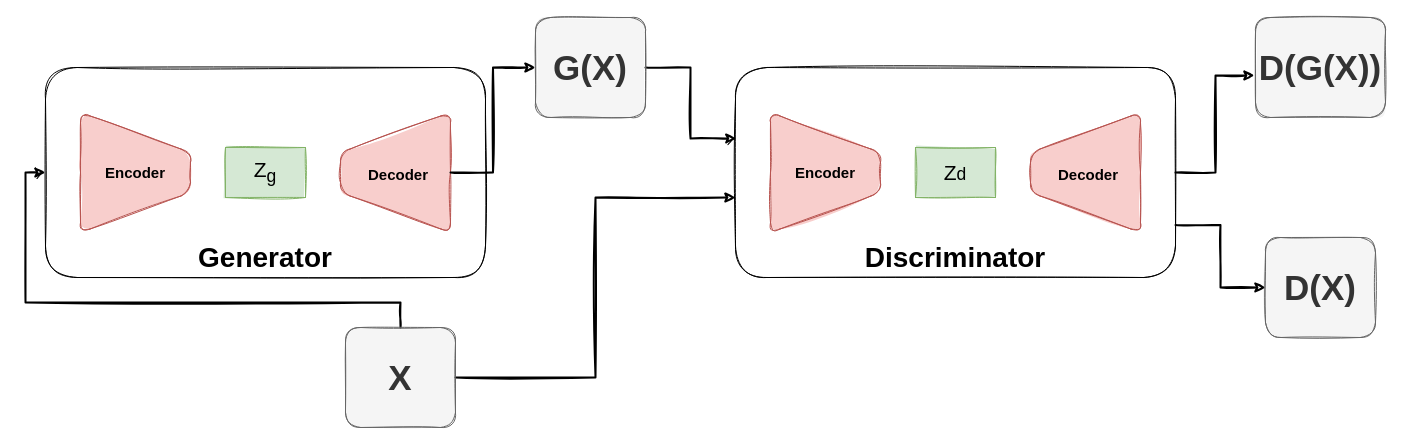
Before: pictures/test.drawio in Pumpkin9841/pictures, a draw.io diagram. Source tidied: cells renumbered, new cells numbered last; positions are measured from the earlier drawing's top-left corner, leaving out a move shared by most shapes. Both pictures are drawn from the tidied source at 100%, with x=0, y=0 at pixel (45, 17).
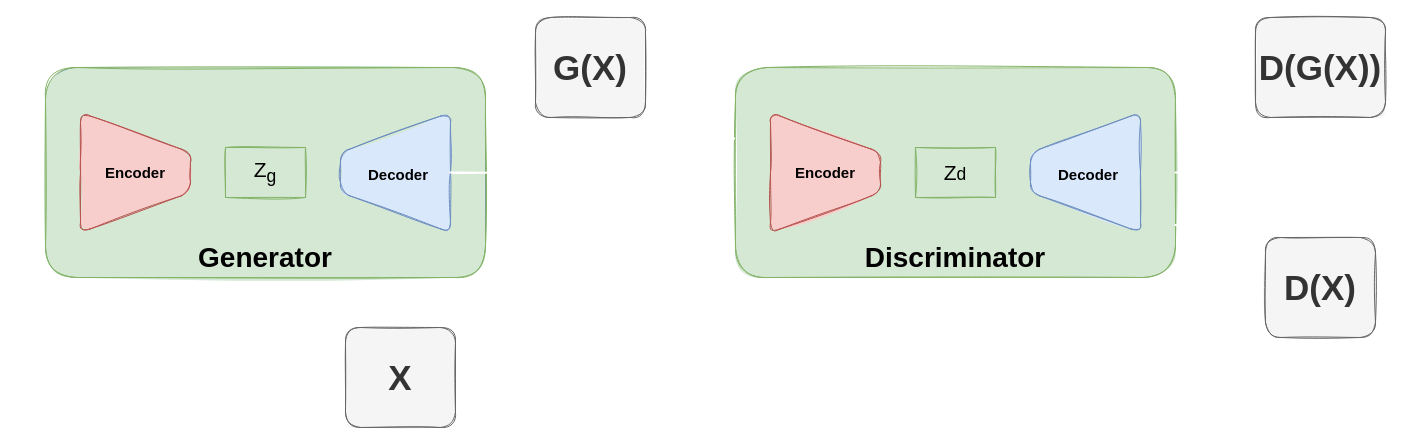
The same page after the edit.

The change refers to these unchanged cells:
```xml
<mxCell id="4" value="&lt;h1&gt;&lt;font style=&quot;font-size: 35px&quot;&gt;X&lt;/font&gt;&lt;/h1&gt;" style="rounded=1;whiteSpace=wrap;html=1;shadow=0;glass=0;fillStyle=solid;fillColor=#f5f5f5;strokeColor=#666666;fontColor=#333333;sketch=1;" parent="1" vertex="1">
  <mxGeometry x="300" y="310" width="110" height="100" as="geometry" />
</mxCell>
<mxCell id="12" style="group;" parent="1" vertex="1">
  <mxGeometry x="690" y="50" width="440" height="210" as="geometry" />
</mxCell>
<mxCell id="20" value="&lt;h1&gt;&lt;font style=&quot;font-size: 35px&quot;&gt;G(X)&lt;/font&gt;&lt;/h1&gt;" style="rounded=1;whiteSpace=wrap;html=1;shadow=0;glass=0;fillStyle=solid;fillColor=#f5f5f5;strokeColor=#666666;fontColor=#333333;sketch=1;" parent="1" vertex="1">
  <mxGeometry x="490" width="110" height="100" as="geometry" />
</mxCell>
<mxCell id="22" value="&lt;h1&gt;&lt;span style=&quot;font-size: 35px&quot;&gt;D(X)&lt;/span&gt;&lt;/h1&gt;" style="rounded=1;whiteSpace=wrap;html=1;shadow=0;glass=0;fillStyle=solid;fillColor=#f5f5f5;strokeColor=#666666;fontColor=#333333;sketch=1;" parent="1" vertex="1">
  <mxGeometry x="1220" y="220" width="110" height="100" as="geometry" />
</mxCell>
<mxCell id="23" value="&lt;h1&gt;&lt;span style=&quot;font-size: 35px&quot;&gt;D(G(X))&lt;/span&gt;&lt;/h1&gt;" style="rounded=1;whiteSpace=wrap;html=1;shadow=0;glass=0;fillStyle=solid;fillColor=#f5f5f5;strokeColor=#666666;fontColor=#333333;sketch=1;" parent="1" vertex="1">
  <mxGeometry x="1210" width="130" height="100" as="geometry" />
</mxCell>
```

Change to the diagram source:
```diff
@@
-    <mxCell id="2" style="edgeStyle=orthogonalEdgeStyle;rounded=0;sketch=1;jumpStyle=none;jettySize=auto;html=1;entryX=0;entryY=0.5;entryDx=0;entryDy=0;shadow=0;fontSize=15;fontColor=#000000;targetPerimeterSpacing=0;strokeColor=default;strokeWidth=2;" parent="1" edge="1" source="4" target="6">
+    <mxCell id="2" style="edgeStyle=orthogonalEdgeStyle;rounded=0;sketch=1;jumpStyle=none;jettySize=auto;html=1;entryX=0;entryY=0.5;entryDx=0;entryDy=0;shadow=0;fontSize=15;fontColor=#000000;targetPerimeterSpacing=0;strokeColor=#FFFFFF;strokeWidth=2;" parent="1" edge="1" source="4" target="6">
       <mxGeometry relative="1" as="geometry" />
     </mxCell>
-    <mxCell id="3" style="edgeStyle=orthogonalEdgeStyle;rounded=0;sketch=1;jumpStyle=none;jettySize=auto;html=1;entryX=0;entryY=0.619;entryDx=0;entryDy=0;entryPerimeter=0;shadow=0;fontSize=15;fontColor=#000000;targetPerimeterSpacing=0;strokeColor=default;strokeWidth=2;" parent="1" edge="1" source="4" target="13">
+    <mxCell id="3" style="edgeStyle=orthogonalEdgeStyle;rounded=0;sketch=1;jumpStyle=none;jettySize=auto;html=1;entryX=0;entryY=0.619;entryDx=0;entryDy=0;entryPerimeter=0;shadow=0;fontSize=15;fontColor=#000000;targetPerimeterSpacing=0;strokeColor=#FFFFFF;strokeWidth=2;" parent="1" edge="1" source="4" target="13">
       <mxGeometry relative="1" as="geometry" />
     </mxCell>
@@
-    <mxCell id="5" style="group;" parent="1" vertex="1">
+    <mxCell id="5" style="group;fillColor=#dae8fc;strokeColor=#6c8ebf;rounded=1;" parent="1" vertex="1">
       <mxGeometry y="50" width="440" height="210" as="geometry" />
     </mxCell>
-    <mxCell id="6" value="&lt;span style=&quot;font-size: 28px&quot;&gt;&lt;b&gt;Generator&lt;/b&gt;&lt;/span&gt;" style="rounded=1;whiteSpace=wrap;html=1;shadow=0;glass=0;fillStyle=solid;sketch=1;verticalAlign=bottom;" parent="5" vertex="1">
+    <mxCell id="6" value="&lt;span style=&quot;font-size: 28px&quot;&gt;&lt;b&gt;Generator&lt;/b&gt;&lt;/span&gt;" style="rounded=1;whiteSpace=wrap;html=1;shadow=0;glass=0;fillStyle=solid;sketch=1;verticalAlign=bottom;fillColor=#d5e8d4;strokeColor=#82b366;" parent="5" vertex="1">
       <mxGeometry width="440" height="210" as="geometry" />
     </mxCell>
@@
-    <mxCell id="10" style="shape=trapezoid;perimeter=trapezoidPerimeter;whiteSpace=wrap;html=1;fixedSize=1;rounded=1;shadow=0;glass=0;sketch=1;fillStyle=solid;fontSize=28;fillColor=#f8cecc;rotation=-90;size=40;strokeColor=#b85450;align=center;" parent="5" vertex="1">
+    <mxCell id="10" style="shape=trapezoid;perimeter=trapezoidPerimeter;whiteSpace=wrap;html=1;fixedSize=1;rounded=1;shadow=0;glass=0;sketch=1;fillStyle=solid;fontSize=28;fillColor=#dae8fc;rotation=-90;size=40;strokeColor=#6c8ebf;align=center;" parent="5" vertex="1">
       <mxGeometry x="290" y="50" width="120" height="110" as="geometry" />
     </mxCell>
@@
-    <mxCell id="13" value="&lt;span style=&quot;font-size: 28px&quot;&gt;&lt;b&gt;Discriminator&lt;/b&gt;&lt;/span&gt;" style="rounded=1;whiteSpace=wrap;html=1;shadow=0;glass=0;fillStyle=solid;sketch=1;verticalAlign=bottom;" parent="12" vertex="1">
+    <mxCell id="13" value="&lt;span style=&quot;font-size: 28px&quot;&gt;&lt;b&gt;Discriminator&lt;/b&gt;&lt;/span&gt;" style="rounded=1;whiteSpace=wrap;html=1;shadow=0;glass=0;fillStyle=solid;sketch=1;verticalAlign=bottom;fillColor=#d5e8d4;strokeColor=#82b366;" parent="12" vertex="1">
       <mxGeometry width="440" height="210" as="geometry" />
     </mxCell>
@@
-    <mxCell id="17" style="shape=trapezoid;perimeter=trapezoidPerimeter;whiteSpace=wrap;html=1;fixedSize=1;rounded=1;shadow=0;glass=0;sketch=1;fillStyle=solid;fontSize=28;fillColor=#f8cecc;rotation=-90;size=40;strokeColor=#b85450;align=center;" parent="12" vertex="1">
+    <mxCell id="17" style="shape=trapezoid;perimeter=trapezoidPerimeter;whiteSpace=wrap;html=1;fixedSize=1;rounded=1;shadow=0;glass=0;sketch=1;fillStyle=solid;fontSize=28;fillColor=#dae8fc;rotation=-90;size=40;strokeColor=#6c8ebf;align=center;" parent="12" vertex="1">
       <mxGeometry x="290" y="50" width="120" height="110" as="geometry" />
     </mxCell>
@@
-    <mxCell id="19" style="edgeStyle=orthogonalEdgeStyle;rounded=0;sketch=1;jumpStyle=none;jettySize=auto;html=1;entryX=0.002;entryY=0.338;entryDx=0;entryDy=0;entryPerimeter=0;shadow=0;fontSize=15;fontColor=#000000;targetPerimeterSpacing=0;strokeColor=default;strokeWidth=2;" parent="1" edge="1" source="20" target="13">
+    <mxCell id="19" style="edgeStyle=orthogonalEdgeStyle;rounded=0;sketch=1;jumpStyle=none;jettySize=auto;html=1;entryX=0.002;entryY=0.338;entryDx=0;entryDy=0;entryPerimeter=0;shadow=0;fontSize=15;fontColor=#000000;targetPerimeterSpacing=0;strokeColor=#FFFFFF;strokeWidth=2;" parent="1" edge="1" source="20" target="13">
       <mxGeometry relative="1" as="geometry" />
     </mxCell>
@@
-    <mxCell id="21" style="edgeStyle=orthogonalEdgeStyle;rounded=0;sketch=1;jumpStyle=none;jettySize=auto;html=1;entryX=0;entryY=0.5;entryDx=0;entryDy=0;shadow=0;fontSize=15;fontColor=#000000;targetPerimeterSpacing=0;strokeColor=default;strokeWidth=2;" parent="1" edge="1" source="10" target="20">
+    <mxCell id="21" style="edgeStyle=orthogonalEdgeStyle;rounded=0;sketch=1;jumpStyle=none;jettySize=auto;html=1;entryX=0;entryY=0.5;entryDx=0;entryDy=0;shadow=0;fontSize=15;fontColor=#000000;targetPerimeterSpacing=0;strokeColor=#FFFFFF;strokeWidth=2;" parent="1" edge="1" source="10" target="20">
       <mxGeometry relative="1" as="geometry" />
     </mxCell>
@@
-    <mxCell id="24" style="edgeStyle=orthogonalEdgeStyle;rounded=0;sketch=1;jumpStyle=none;jettySize=auto;html=1;entryX=-0.008;entryY=0.58;entryDx=0;entryDy=0;entryPerimeter=0;shadow=0;fontSize=15;fontColor=#000000;targetPerimeterSpacing=0;strokeColor=default;strokeWidth=2;" parent="1" edge="1" source="13" target="23">
+    <mxCell id="24" style="edgeStyle=orthogonalEdgeStyle;rounded=0;sketch=1;jumpStyle=none;jettySize=auto;html=1;entryX=-0.008;entryY=0.58;entryDx=0;entryDy=0;entryPerimeter=0;shadow=0;fontSize=15;fontColor=#000000;targetPerimeterSpacing=0;strokeColor=#FFFFFF;strokeWidth=2;" parent="1" edge="1" source="13" target="23">
       <mxGeometry relative="1" as="geometry" />
     </mxCell>
-    <mxCell id="25" style="edgeStyle=orthogonalEdgeStyle;rounded=0;sketch=1;jumpStyle=none;jettySize=auto;html=1;exitX=1;exitY=0.75;exitDx=0;exitDy=0;entryX=0;entryY=0.5;entryDx=0;entryDy=0;shadow=0;fontSize=15;fontColor=#000000;targetPerimeterSpacing=0;strokeColor=default;strokeWidth=2;" parent="1" edge="1" source="13" target="22">
+    <mxCell id="25" style="edgeStyle=orthogonalEdgeStyle;rounded=0;sketch=1;jumpStyle=none;jettySize=auto;html=1;exitX=1;exitY=0.75;exitDx=0;exitDy=0;entryX=0;entryY=0.5;entryDx=0;entryDy=0;shadow=0;fontSize=15;fontColor=#000000;targetPerimeterSpacing=0;strokeColor=#FFFFFF;strokeWidth=2;" parent="1" edge="1" source="13" target="22">
       <mxGeometry relative="1" as="geometry" />
     </mxCell>
```
